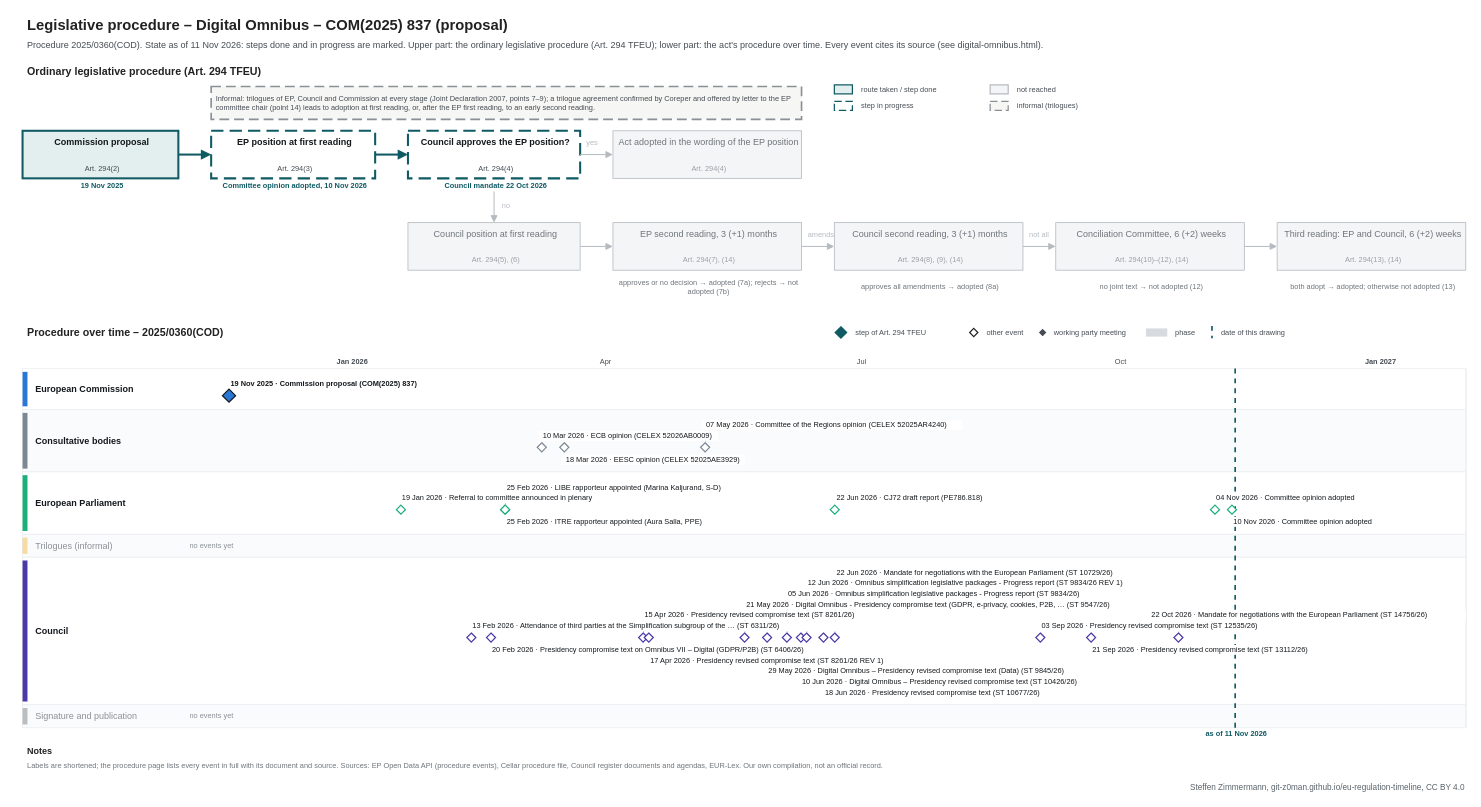
Earlier version of the draw.io diagram procedures/digital-omnibus.drawio (git-z0man/eu-regulation-timeline). Source tidied: cells renumbered, new cells numbered last; positions are measured from the earlier drawing's top-left corner, leaving out a move shared by most shapes. Both pictures are drawn from the tidied source at 82%, with x=0, y=0 at pixel (14, 14).
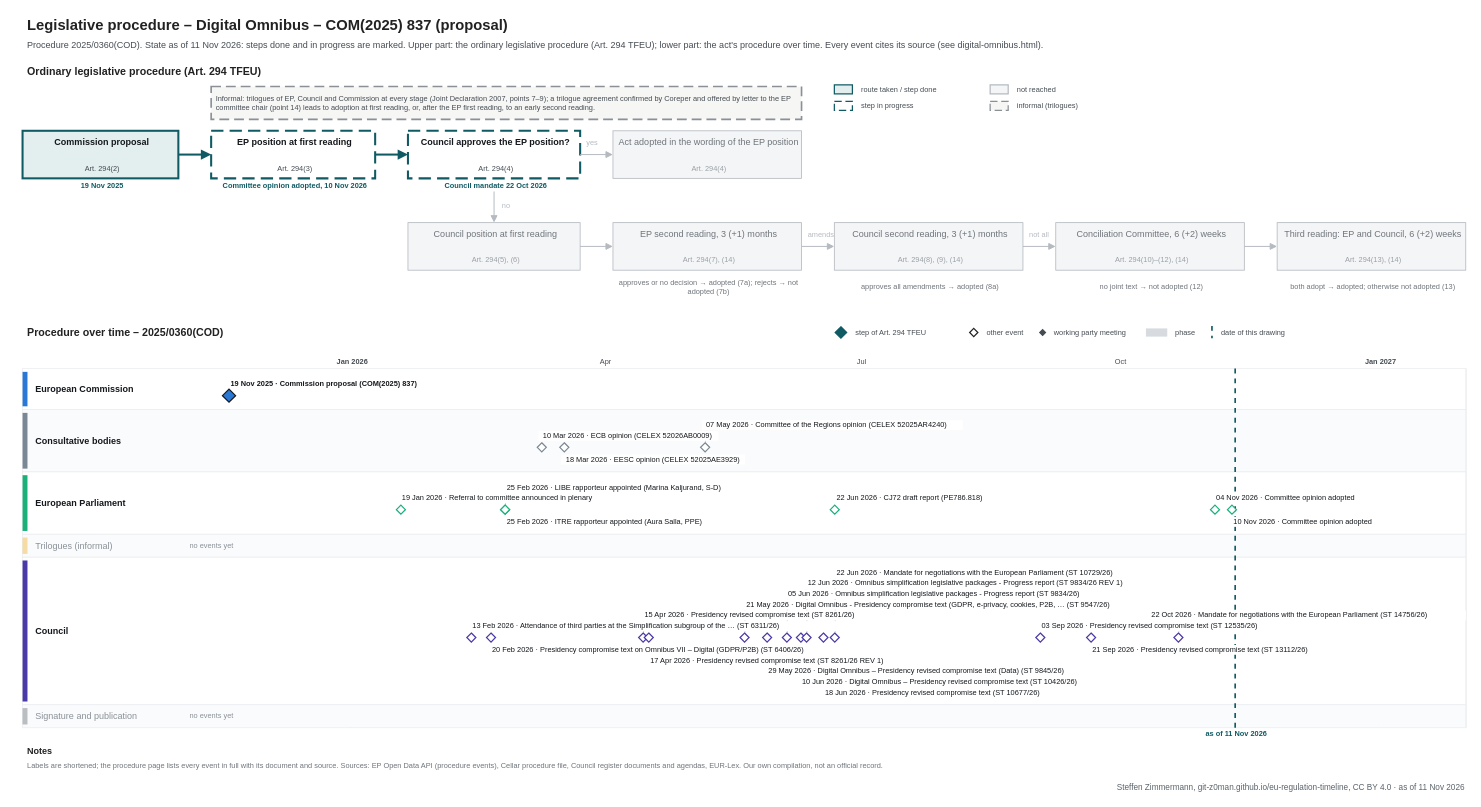
Above is the later version.

Diff of the diagram source:
```diff
@@
-    <mxCell id="177" value="Steffen Zimmermann, git-z0man.github.io/eu-regulation-timeline, CC BY 4.0" style="text;html=1;fontSize=10;fontColor=#5b646b;align=right;verticalAlign=middle;spacingLeft=4;" parent="1" vertex="1">
+    <mxCell id="177" value="Steffen Zimmermann, git-z0man.github.io/eu-regulation-timeline, CC BY 4.0 · as of 11 Nov 2026" style="text;html=1;fontSize=10;fontColor=#5b646b;align=right;verticalAlign=middle;spacingLeft=4;" parent="1" vertex="1">
       <mxGeometry x="10" y="934" width="1760" height="16" as="geometry" />
     </mxCell>
```
